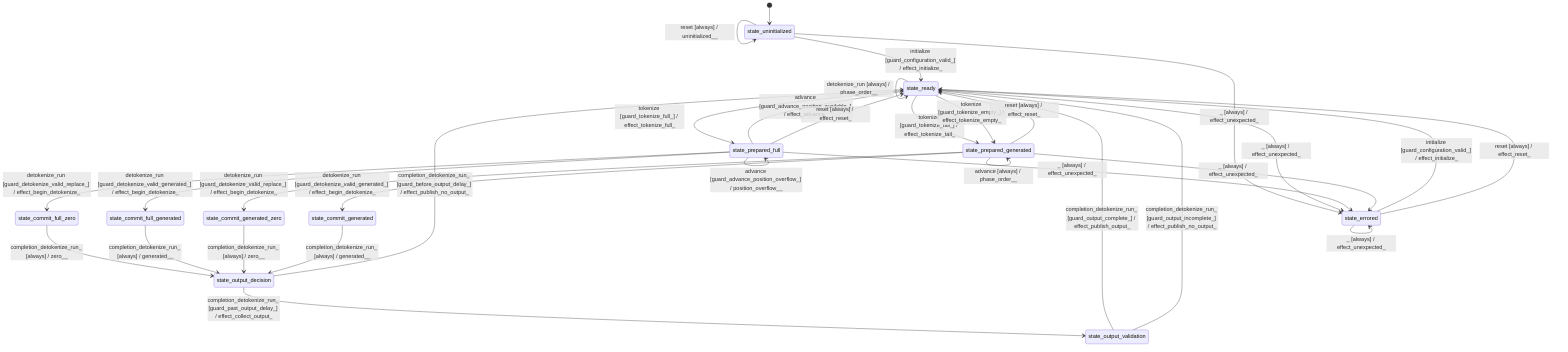
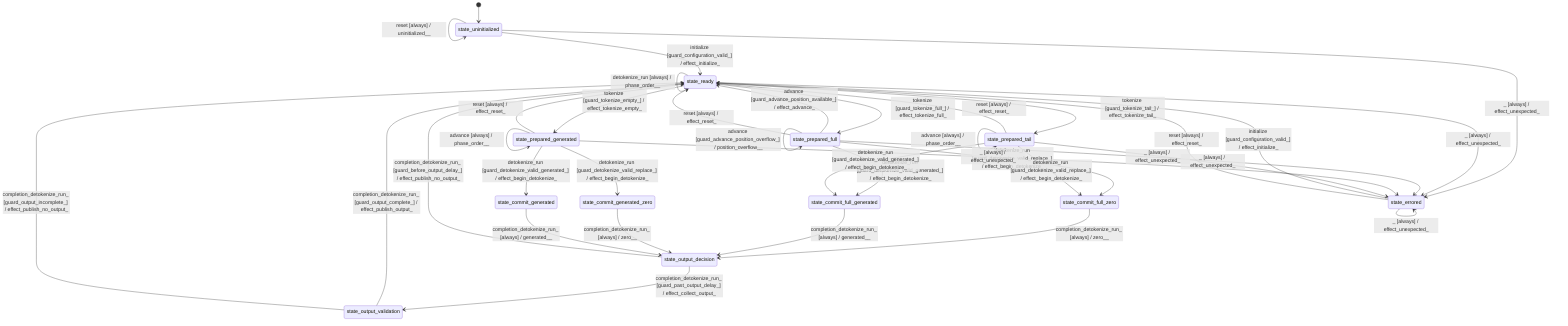
stateDiagram-v2
  direction TB
  [*] --> state_uninitialized
  state_uninitialized --> state_ready : initialize [guard_configuration_valid_] / effect_initialize_
  state_uninitialized --> state_uninitialized : initialize [guard_configuration_invalid_] / invalid_configuration__
  state_ready --> state_ready : initialize [always] / already_initialized__
  state_prepared_full --> state_prepared_full : initialize [always] / already_initialized__
  state_prepared_generated --> state_prepared_generated : initialize [always] / already_initialized__
+   state_prepared_tail --> state_prepared_tail : initialize [always] / already_initialized__
  state_errored --> state_ready : initialize [guard_configuration_valid_] / effect_initialize_
  state_errored --> state_errored : initialize [guard_configuration_invalid_] / invalid_configuration__
  state_ready --> state_prepared_full : tokenize [guard_tokenize_full_] / effect_tokenize_full_
-   state_ready --> state_prepared_generated : tokenize [guard_tokenize_tail_] / effect_tokenize_tail_
+   state_ready --> state_prepared_tail : tokenize [guard_tokenize_tail_] / effect_tokenize_tail_
  state_ready --> state_prepared_generated : tokenize [guard_tokenize_empty_] / effect_tokenize_empty_
  state_ready --> state_ready : tokenize [guard_tokenize_invalid_] / request_shape__
  state_ready --> state_ready : tokenize [guard_tokenize_position_overflow_] / position_overflow__
  state_prepared_full --> state_prepared_full : tokenize [always] / phase_order__
  state_prepared_generated --> state_prepared_generated : tokenize [always] / phase_order__
+   state_prepared_tail --> state_prepared_tail : tokenize [always] / phase_order__
  state_prepared_full --> state_commit_full_zero : detokenize_run [guard_detokenize_valid_replace_] / effect_begin_detokenize_
  state_prepared_full --> state_commit_full_generated : detokenize_run [guard_detokenize_valid_generated_] / effect_begin_detokenize_
+   state_prepared_tail --> state_commit_full_zero : detokenize_run [guard_detokenize_valid_replace_] / effect_begin_detokenize_
+   state_prepared_tail --> state_commit_full_generated : detokenize_run [guard_detokenize_valid_generated_] / effect_begin_detokenize_
  state_prepared_generated --> state_commit_generated_zero : detokenize_run [guard_detokenize_valid_replace_] / effect_begin_detokenize_
  state_prepared_generated --> state_commit_generated : detokenize_run [guard_detokenize_valid_generated_] / effect_begin_detokenize_
  state_prepared_full --> state_prepared_full : detokenize_run [guard_detokenize_shape_invalid_] / request_shape__
  state_prepared_generated --> state_prepared_generated : detokenize_run [guard_detokenize_shape_invalid_] / request_shape__
+   state_prepared_tail --> state_prepared_tail : detokenize_run [guard_detokenize_shape_invalid_] / request_shape__
  state_prepared_full --> state_prepared_full : detokenize_run [guard_position_overflow_] / position_overflow__
  state_prepared_generated --> state_prepared_generated : detokenize_run [guard_position_overflow_] / position_overflow__
+   state_prepared_tail --> state_prepared_tail : detokenize_run [guard_position_overflow_] / position_overflow__
  state_commit_full_zero --> state_output_decision : completion_detokenize_run_ [always] / zero__
  state_commit_full_generated --> state_output_decision : completion_detokenize_run_ [always] / generated__
  state_commit_generated_zero --> state_output_decision : completion_detokenize_run_ [always] / zero__
  state_commit_generated --> state_output_decision : completion_detokenize_run_ [always] / generated__
  state_output_decision --> state_ready : completion_detokenize_run_ [guard_before_output_delay_] / effect_publish_no_output_
  state_output_decision --> state_output_validation : completion_detokenize_run_ [guard_past_output_delay_] / effect_collect_output_
  state_output_validation --> state_ready : completion_detokenize_run_ [guard_output_complete_] / effect_publish_output_
  state_output_validation --> state_ready : completion_detokenize_run_ [guard_output_incomplete_] / effect_publish_no_output_
  state_ready --> state_ready : restore_cache [guard_restore_valid_] / effect_restore_column_major_cache_
  state_ready --> state_ready : restore_cache [guard_restore_invalid_] / request_shape__
  state_prepared_full --> state_prepared_full : restore_cache [always] / phase_order__
  state_prepared_generated --> state_prepared_generated : restore_cache [always] / phase_order__
+   state_prepared_tail --> state_prepared_tail : restore_cache [always] / phase_order__
  state_prepared_full --> state_ready : advance [guard_advance_position_available_] / effect_advance_
  state_prepared_full --> state_prepared_full : advance [guard_advance_position_overflow_] / position_overflow__
  state_prepared_generated --> state_prepared_generated : advance [always] / phase_order__
+   state_prepared_tail --> state_prepared_tail : advance [always] / phase_order__
  state_ready --> state_ready : advance [always] / phase_order__
  state_ready --> state_ready : reset [always] / effect_reset_
  state_prepared_full --> state_ready : reset [always] / effect_reset_
  state_prepared_generated --> state_ready : reset [always] / effect_reset_
+   state_prepared_tail --> state_ready : reset [always] / effect_reset_
  state_errored --> state_ready : reset [always] / effect_reset_
  state_uninitialized --> state_uninitialized : tokenize [always] / uninitialized__
  state_uninitialized --> state_uninitialized : detokenize_run [always] / uninitialized__
  state_uninitialized --> state_uninitialized : restore_cache [always] / uninitialized__
  state_uninitialized --> state_uninitialized : advance [always] / uninitialized__
  state_uninitialized --> state_uninitialized : reset [always] / uninitialized__
  state_ready --> state_ready : detokenize_run [always] / phase_order__
  state_errored --> state_errored : tokenize [always] / internal_error__
  state_errored --> state_errored : detokenize_run [always] / internal_error__
  state_errored --> state_errored : restore_cache [always] / internal_error__
  state_errored --> state_errored : advance [always] / internal_error__
  state_uninitialized --> state_errored : _ [always] / effect_unexpected_
  state_ready --> state_errored : _ [always] / effect_unexpected_
  state_prepared_full --> state_errored : _ [always] / effect_unexpected_
  state_prepared_generated --> state_errored : _ [always] / effect_unexpected_
+   state_prepared_tail --> state_errored : _ [always] / effect_unexpected_
  state_errored --> state_errored : _ [always] / effect_unexpected_
